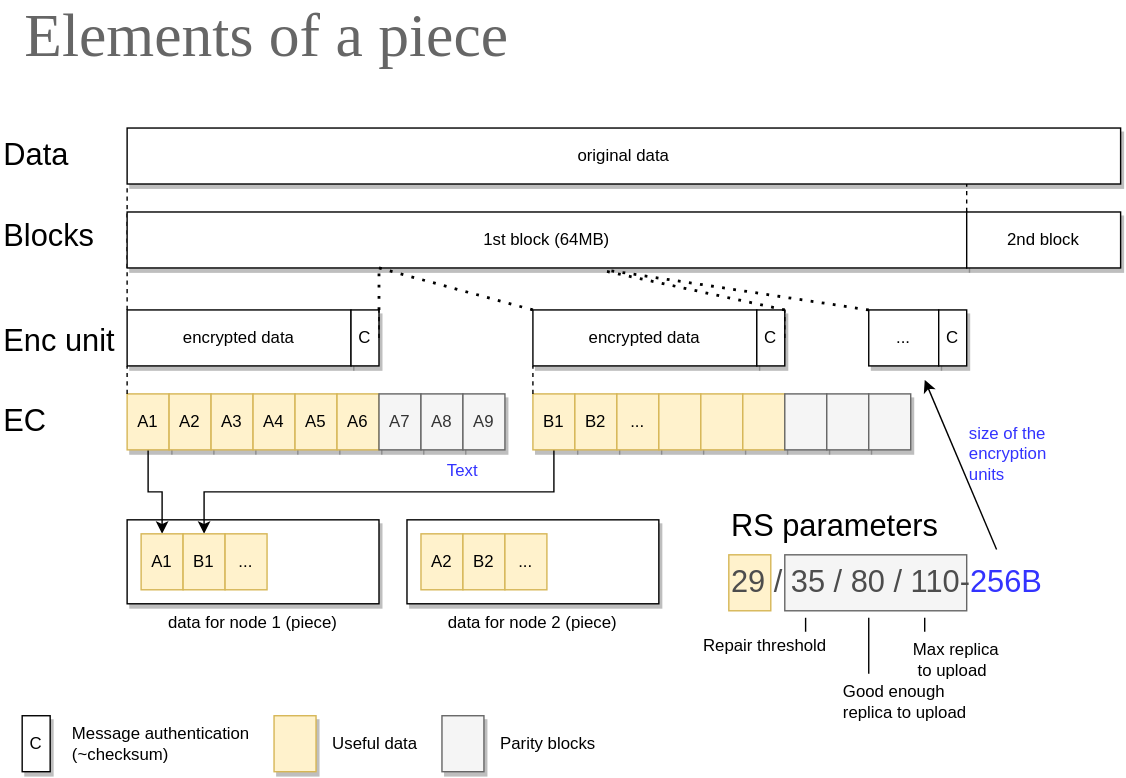
storj/illustrated keeps this draw.io diagram as docs/pieces.svg. Above is the earlier version. Source tidied: cells renumbered, new cells last; positions are measured from the earlier drawing's top-left corner, leaving out a move shared by most shapes.
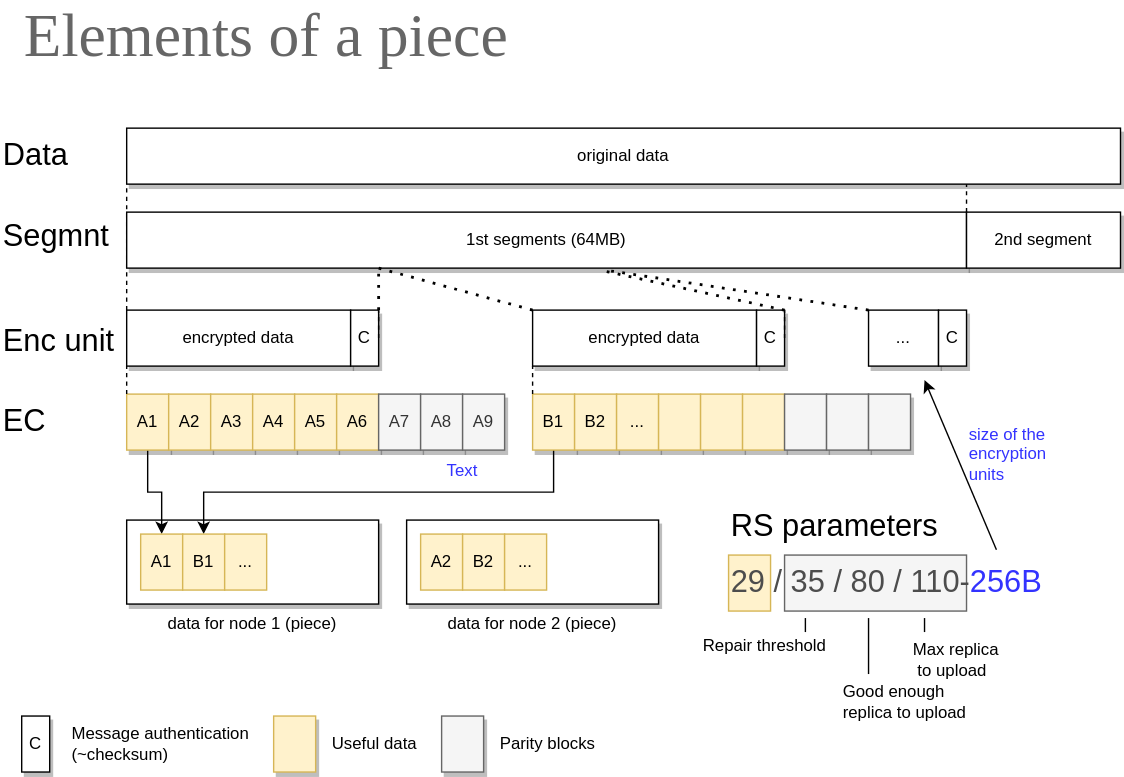
After the change.

Commit message:
s/block/segment/g

Change to the diagram source:
```diff
@@ -130,7 +130,7 @@
     <mxCell id="40" value="B2" style="rounded=0;whiteSpace=wrap;html=1;fillColor=#fff2cc;strokeColor=#d6b656;" parent="1" vertex="1">
       <mxGeometry x="330" y="380" width="30" height="40" as="geometry" />
     </mxCell>
-    <mxCell id="41" value="1st block (64MB)" style="rounded=0;whiteSpace=wrap;html=1;shadow=1;" parent="1" vertex="1">
+    <mxCell id="41" value="1st segments (64MB)" style="rounded=0;whiteSpace=wrap;html=1;shadow=1;" parent="1" vertex="1">
       <mxGeometry x="90" y="150" width="600" height="40" as="geometry" />
     </mxCell>
     <mxCell id="42" style="endArrow=none;dashed=1;html=1;rounded=0;entryX=0;entryY=1;entryDx=0;entryDy=0;exitX=0;exitY=0;exitDx=0;exitDy=0;" parent="1" edge="1">
@@ -140,7 +140,7 @@
         <mxPoint x="-40" y="160" as="offset" />
       </mxGeometry>
     </mxCell>
-    <mxCell id="43" value="2nd block" style="rounded=0;whiteSpace=wrap;html=1;shadow=1;" parent="1" vertex="1">
+    <mxCell id="43" value="2nd segment" style="rounded=0;whiteSpace=wrap;html=1;shadow=1;" parent="1" vertex="1">
       <mxGeometry x="690" y="150" width="110" height="40" as="geometry" />
     </mxCell>
     <mxCell id="44" value="..." style="rounded=0;whiteSpace=wrap;html=1;shadow=1;" parent="1" vertex="1">
@@ -158,7 +158,7 @@
     <mxCell id="48" value="Data" style="text;html=1;strokeColor=none;fillColor=none;align=left;verticalAlign=middle;whiteSpace=wrap;rounded=0;fontSize=22;" parent="1" vertex="1">
       <mxGeometry y="95" width="60" height="30" as="geometry" />
     </mxCell>
-    <mxCell id="49" value="Blocks" style="text;html=1;strokeColor=none;fillColor=none;align=left;verticalAlign=middle;whiteSpace=wrap;rounded=0;fontSize=22;" parent="1" vertex="1">
+    <mxCell id="49" value="Segmnt" style="text;html=1;strokeColor=none;fillColor=none;align=left;verticalAlign=middle;whiteSpace=wrap;rounded=0;fontSize=22;" parent="1" vertex="1">
       <mxGeometry y="150" width="60" height="35" as="geometry" />
     </mxCell>
     <mxCell id="50" value="Enc unit" style="text;html=1;strokeColor=none;fillColor=none;align=left;verticalAlign=middle;whiteSpace=wrap;rounded=0;fontSize=22;" parent="1" vertex="1">
```
